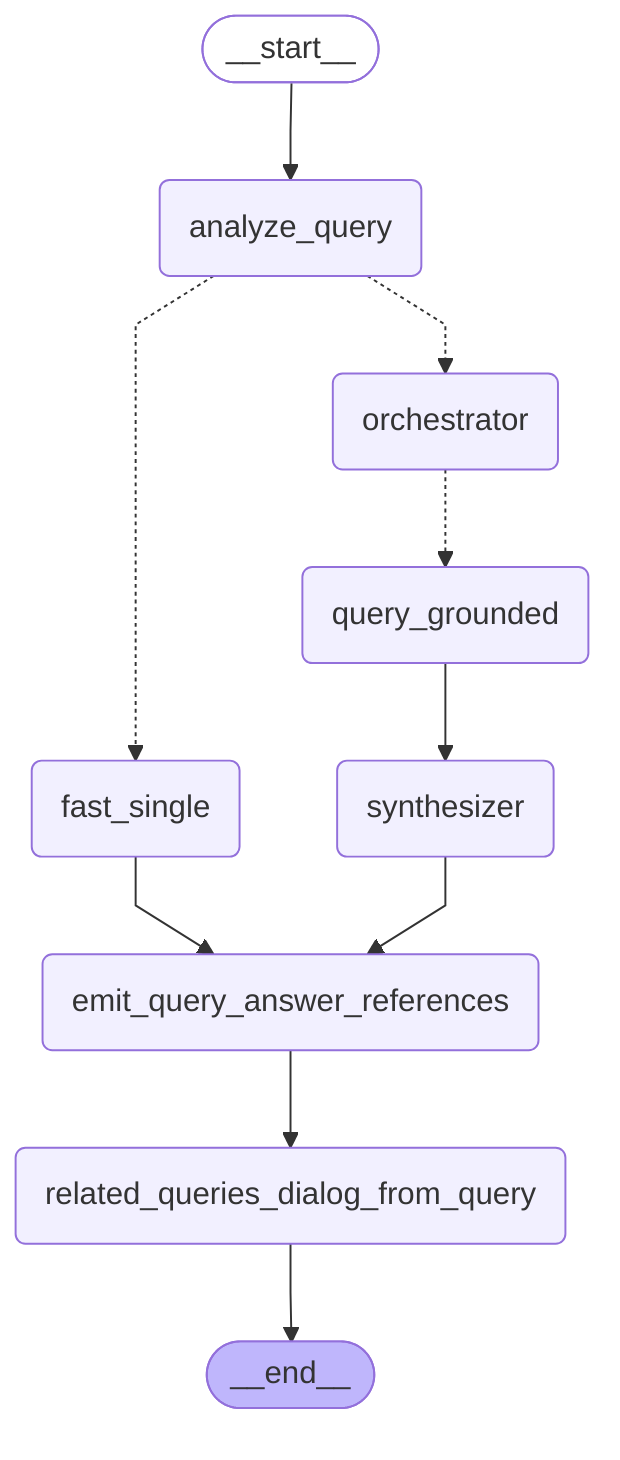
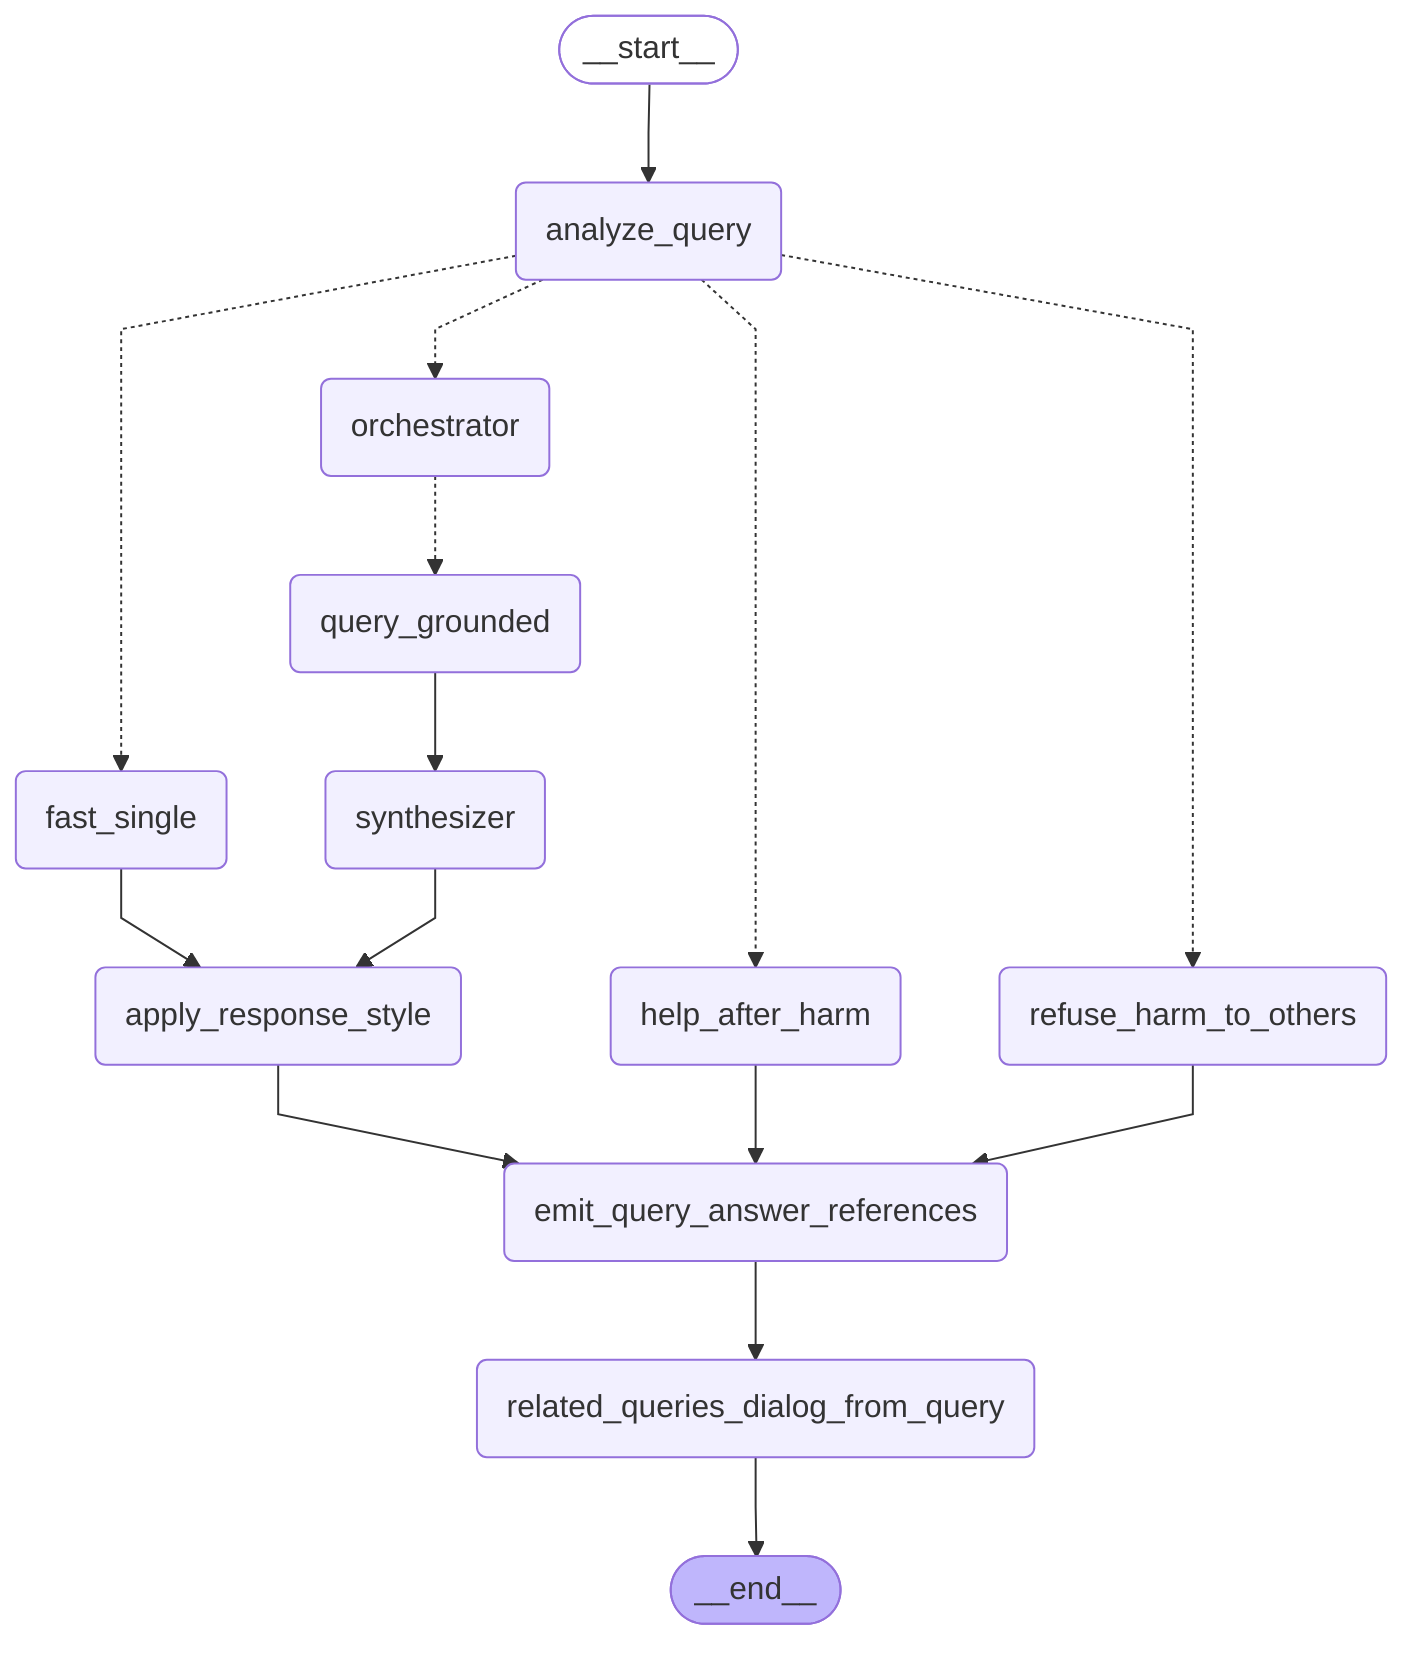
---
config:
  flowchart:
    curve: linear
---
graph TD;
	__start__([<p>__start__</p>]):::first
	analyze_query(analyze_query)
	fast_single(fast_single)
	orchestrator(orchestrator)
	query_grounded(query_grounded)
	synthesizer(synthesizer)
	emit_query_answer_references(emit_query_answer_references)
	related_queries_dialog_from_query(related_queries_dialog_from_query)
+ 	apply_response_style(apply_response_style)
+ 	refuse_harm_to_others(refuse_harm_to_others)
+ 	help_after_harm(help_after_harm)
	__end__([<p>__end__</p>]):::last
	__start__ --> analyze_query;
	analyze_query -.-> fast_single;
+ 	analyze_query -.-> help_after_harm;
	analyze_query -.-> orchestrator;
+ 	analyze_query -.-> refuse_harm_to_others;
+ 	apply_response_style --> emit_query_answer_references;
	emit_query_answer_references --> related_queries_dialog_from_query;
- 	fast_single --> emit_query_answer_references;
+ 	fast_single --> apply_response_style;
+ 	help_after_harm --> emit_query_answer_references;
	orchestrator -.-> query_grounded;
	query_grounded --> synthesizer;
- 	synthesizer --> emit_query_answer_references;
+ 	refuse_harm_to_others --> emit_query_answer_references;
+ 	synthesizer --> apply_response_style;
	related_queries_dialog_from_query --> __end__;
	classDef default fill:#f2f0ff,line-height:1.2
	classDef first fill-opacity:0
	classDef last fill:#bfb6fc
